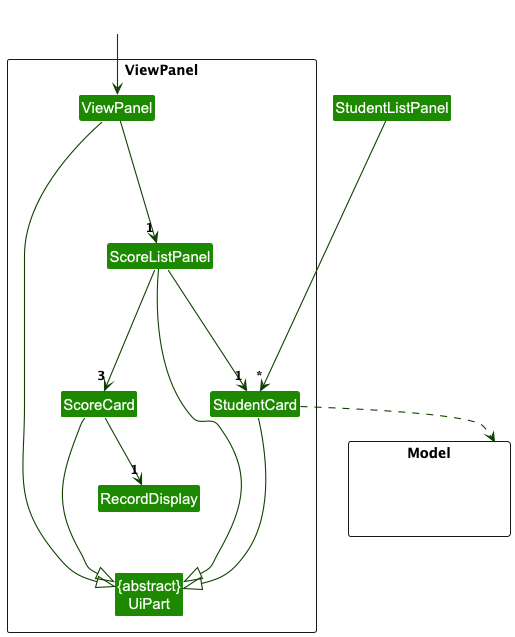
Above: docs/images/ViewPanelClassDiagram.png in kailermai/tp (PlantUML), before the change.
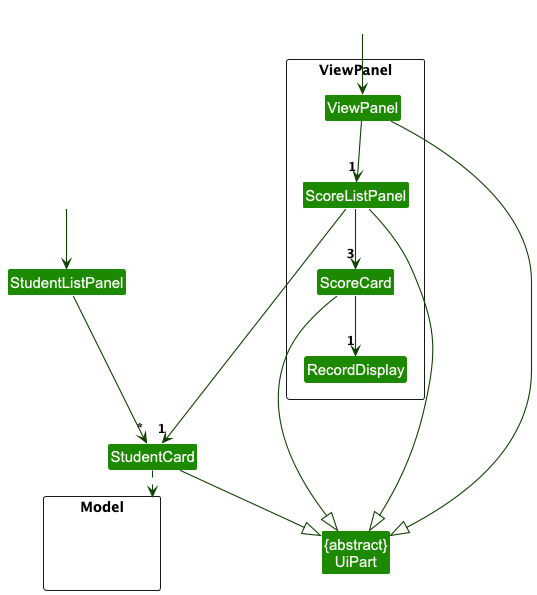
The same diagram one commit later.

Commit message:
Remove Ui part from panel box

Diff of the diagram source:
```diff
@@ -9,28 +9,31 @@
 Class ScoreListPanel
 Class ScoreCard
 Class RecordDisplay
-Class StudentCard
-Class "{abstract}\nUiPart" as UiPart
 }
 
 package Model <<Rectangle>> {
-Class HiddenModel #FFFFFF
+Class Model #FFFFFF
 }
 
+Class "{abstract}\nUiPart" as UiPart
+Class StudentListPanel
 Class RightSidePanel #FFFFFF
-Class StudentListPanel
+Class MainWindow #FFFFFF
+Class StudentCard
 
 RightSidePanel --> ViewPanel
-StudentListPanel --down---> "*"StudentCard
 
-ViewPanel -down--> "1" ScoreListPanel
-ScoreListPanel -down--> "1" StudentCard
-ScoreListPanel -down--> "3" ScoreCard
-ScoreCard -down-> "1" RecordDisplay
+ViewPanel -down-> "1" ScoreListPanel
+ScoreListPanel -down---> "1" StudentCard
+ScoreListPanel -down-> "3" ScoreCard
+ScoreCard --> "1" RecordDisplay
 StudentCard ..> Model
 
+StudentListPanel ---> "*"StudentCard
+MainWindow -down-> StudentListPanel
+
 ViewPanel ---|> UiPart
-ScoreListPanel --|> UiPart
-ScoreCard --|> UiPart
-StudentCard ---|> UiPart
+ScoreListPanel ---|> UiPart
+ScoreCard ----|> UiPart
+StudentCard --|> UiPart
 @enduml
```
